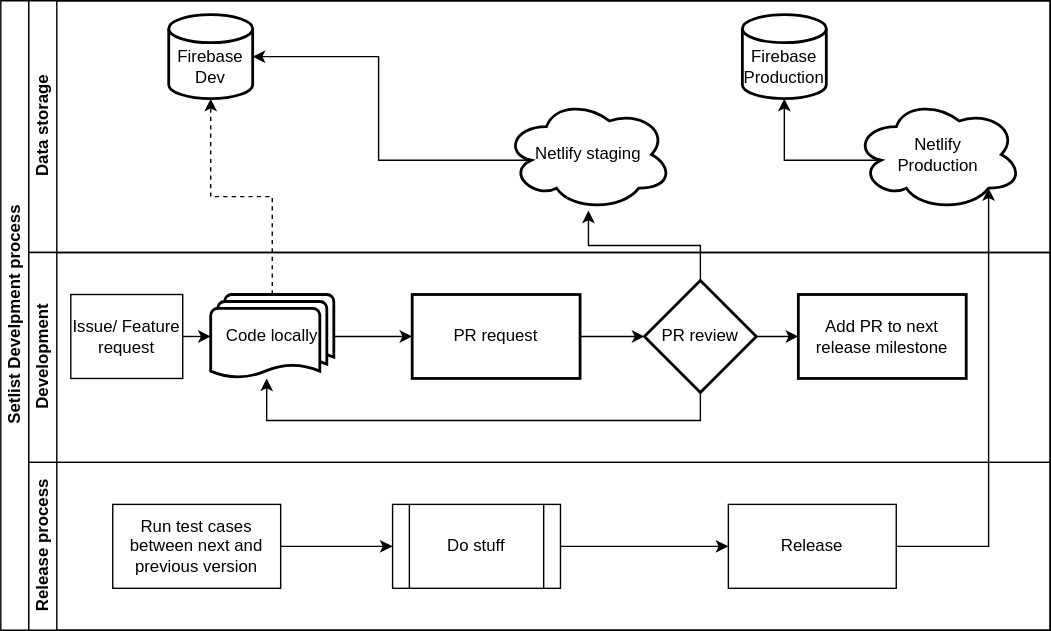
tskarhed/doremi.studio keeps this draw.io diagram as Setlist Architecture.svg. Above is the earlier version. Source tidied: cells renumbered, new cells last; positions are measured from the earlier drawing's top-left corner, leaving out a move shared by most shapes.
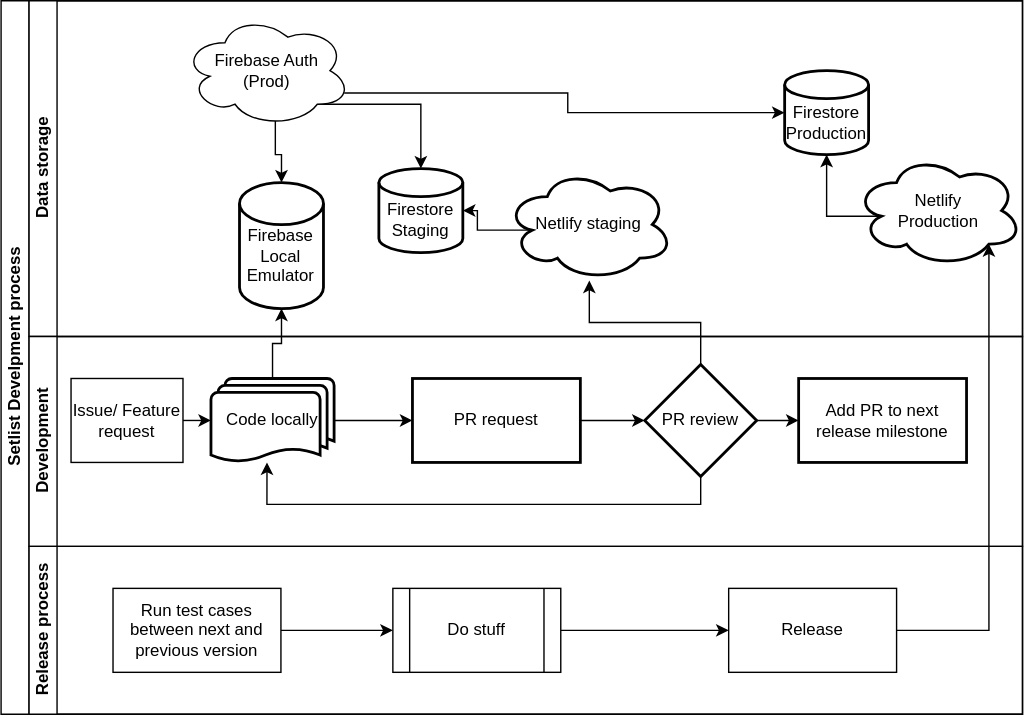
Above is the later version.

Change to the diagram source:
```diff
@@ -3,31 +3,48 @@
     <mxCell id="0" />
     <mxCell id="1" parent="0" />
     <mxCell id="2" value="Setlist Develpment process" style="swimlane;html=1;horizontal=0;startSize=20;" parent="1" vertex="1">
-      <mxGeometry width="750" height="450" as="geometry" />
+      <mxGeometry width="730" height="510" as="geometry" />
     </mxCell>
     <mxCell id="3" value="Data storage" style="swimlane;html=1;startSize=20;horizontal=0;" parent="2" vertex="1">
-      <mxGeometry x="20" width="730" height="180" as="geometry" />
+      <mxGeometry x="20" width="710" height="240" as="geometry" />
     </mxCell>
+    <mxCell id="30" style="edgeStyle=orthogonalEdgeStyle;rounded=0;jettySize=auto;html=1;exitX=0.96;exitY=0.7;exitDx=0;exitDy=0;exitPerimeter=0;entryX=0;entryY=0.5;entryDx=0;entryDy=0;entryPerimeter=0;" parent="3" edge="1" source="33" target="4">
+      <mxGeometry relative="1" as="geometry" />
+    </mxCell>
+    <mxCell id="31" style="edgeStyle=orthogonalEdgeStyle;rounded=0;jettySize=auto;html=1;exitX=0.8;exitY=0.8;exitDx=0;exitDy=0;exitPerimeter=0;entryX=0.5;entryY=0;entryDx=0;entryDy=0;entryPerimeter=0;" parent="3" edge="1" source="33" target="5">
+      <mxGeometry relative="1" as="geometry" />
+    </mxCell>
+    <mxCell id="32" style="edgeStyle=orthogonalEdgeStyle;rounded=0;jettySize=auto;html=1;exitX=0.55;exitY=0.95;exitDx=0;exitDy=0;exitPerimeter=0;entryX=0.5;entryY=0;entryDx=0;entryDy=0;entryPerimeter=0;" parent="3" edge="1" source="33" target="34">
+      <mxGeometry relative="1" as="geometry" />
+    </mxCell>
+    <mxCell id="33" value="Firebase Auth&lt;br&gt;(Prod)" style="ellipse;shape=cloud;whiteSpace=wrap;html=1;" parent="3" vertex="1">
+      <mxGeometry x="110" y="10" width="120" height="80" as="geometry" />
+    </mxCell>
-    <mxCell id="4" value="&lt;br&gt;Firebase&lt;br&gt;Production" style="strokeWidth=2;html=1;shape=mxgraph.flowchart.database;whiteSpace=wrap;" parent="3" vertex="1">
-      <mxGeometry x="510" y="10" width="60" height="60" as="geometry" />
+    <mxCell id="4" value="&lt;br&gt;Firestore&lt;br&gt;Production" style="strokeWidth=2;html=1;shape=mxgraph.flowchart.database;whiteSpace=wrap;" parent="3" vertex="1">
+      <mxGeometry x="540" y="50" width="60" height="60" as="geometry" />
     </mxCell>
+    <mxCell id="6" style="edgeStyle=orthogonalEdgeStyle;rounded=0;jettySize=auto;html=1;exitX=0.16;exitY=0.55;exitDx=0;exitDy=0;exitPerimeter=0;strokeColor=#000000;" parent="3" edge="1" source="7" target="5">
+      <mxGeometry relative="1" as="geometry" />
+    </mxCell>
+    <mxCell id="8" style="edgeStyle=orthogonalEdgeStyle;rounded=0;jettySize=auto;html=1;exitX=0.16;exitY=0.55;exitDx=0;exitDy=0;exitPerimeter=0;entryX=0.5;entryY=1;entryDx=0;entryDy=0;entryPerimeter=0;strokeColor=#000000;" parent="3" edge="1" target="4">
+      <mxGeometry relative="1" as="geometry">
+        <mxPoint x="609.6" y="154" as="sourcePoint" />
+      </mxGeometry>
+    </mxCell>
-    <mxCell id="5" value="&lt;br&gt;Firebase Dev" style="strokeWidth=2;html=1;shape=mxgraph.flowchart.database;whiteSpace=wrap;" parent="3" vertex="1">
-      <mxGeometry x="100" y="10" width="60" height="60" as="geometry" />
+    <mxCell id="5" value="&lt;br&gt;Firestore Staging" style="strokeWidth=2;html=1;shape=mxgraph.flowchart.database;whiteSpace=wrap;" parent="3" vertex="1">
+      <mxGeometry x="250" y="120" width="60" height="60" as="geometry" />
     </mxCell>
-    <mxCell id="6" style="edgeStyle=orthogonalEdgeStyle;rounded=0;jettySize=auto;html=1;exitX=0.16;exitY=0.55;exitDx=0;exitDy=0;exitPerimeter=0;strokeColor=#000000;" parent="3" edge="1" source="7" target="5">
-      <mxGeometry relative="1" as="geometry" />
-    </mxCell>
     <mxCell id="7" value="Netlify staging" style="ellipse;shape=cloud;whiteSpace=wrap;html=1;strokeWidth=2;" parent="3" vertex="1">
-      <mxGeometry x="340" y="70" width="120" height="80" as="geometry" />
+      <mxGeometry x="340.4" y="120" width="120" height="80" as="geometry" />
     </mxCell>
-    <mxCell id="8" style="edgeStyle=orthogonalEdgeStyle;rounded=0;jettySize=auto;html=1;exitX=0.16;exitY=0.55;exitDx=0;exitDy=0;exitPerimeter=0;entryX=0.5;entryY=1;entryDx=0;entryDy=0;entryPerimeter=0;strokeColor=#000000;" parent="3" edge="1" source="9" target="4">
-      <mxGeometry relative="1" as="geometry" />
-    </mxCell>
+    <mxCell id="34" value="&lt;br&gt;Firebase&lt;br&gt;Local Emulator" style="strokeWidth=2;html=1;shape=mxgraph.flowchart.database;whiteSpace=wrap;" parent="3" vertex="1">
+      <mxGeometry x="150.4" y="130" width="60" height="90" as="geometry" />
+    </mxCell>
     <mxCell id="9" value="Netlify&lt;br&gt;Production" style="ellipse;shape=cloud;whiteSpace=wrap;html=1;strokeWidth=2;" parent="3" vertex="1">
-      <mxGeometry x="590" y="70" width="120" height="80" as="geometry" />
+      <mxGeometry x="590" y="110" width="120" height="80" as="geometry" />
     </mxCell>
     <mxCell id="10" value="Development" style="swimlane;html=1;startSize=20;horizontal=0;" parent="2" vertex="1">
-      <mxGeometry x="20" y="180" width="730" height="150" as="geometry" />
+      <mxGeometry x="20" y="240" width="710" height="150" as="geometry" />
     </mxCell>
     <mxCell id="11" style="edgeStyle=orthogonalEdgeStyle;rounded=0;jettySize=auto;html=1;exitX=1;exitY=0.5;exitDx=0;exitDy=0;entryX=0;entryY=0.5;entryDx=0;entryDy=0;entryPerimeter=0;strokeColor=#000000;" parent="10" edge="1" source="12" target="13">
       <mxGeometry relative="1" as="geometry" />
@@ -60,7 +77,7 @@
       <mxGeometry x="550" y="30" width="120" height="60" as="geometry" />
     </mxCell>
     <mxCell id="21" value="Release process" style="swimlane;html=1;startSize=20;horizontal=0;" parent="2" vertex="1">
-      <mxGeometry x="20" y="330" width="730" height="120" as="geometry" />
+      <mxGeometry x="20" y="390" width="710" height="120" as="geometry" />
     </mxCell>
     <mxCell id="22" style="edgeStyle=orthogonalEdgeStyle;rounded=0;jettySize=auto;html=1;exitX=1;exitY=0.5;exitDx=0;exitDy=0;entryX=0;entryY=0.5;entryDx=0;entryDy=0;strokeColor=#000000;" parent="21" edge="1" source="23" target="25">
       <mxGeometry relative="1" as="geometry" />
@@ -77,14 +94,14 @@
     <mxCell id="26" value="Release" style="rounded=0;whiteSpace=wrap;html=1;" parent="21" vertex="1">
       <mxGeometry x="500" y="30" width="120" height="60" as="geometry" />
     </mxCell>
-    <mxCell id="27" style="edgeStyle=orthogonalEdgeStyle;rounded=0;jettySize=auto;html=1;exitX=0.5;exitY=0;exitDx=0;exitDy=0;exitPerimeter=0;entryX=0.5;entryY=1;entryDx=0;entryDy=0;entryPerimeter=0;dashed=1;" parent="2" edge="1" source="13" target="5">
-      <mxGeometry relative="1" as="geometry" />
-    </mxCell>
     <mxCell id="28" style="edgeStyle=orthogonalEdgeStyle;rounded=0;jettySize=auto;html=1;strokeColor=#000000;" parent="2" edge="1" source="18" target="7">
       <mxGeometry relative="1" as="geometry" />
     </mxCell>
     <mxCell id="29" style="edgeStyle=orthogonalEdgeStyle;rounded=0;jettySize=auto;html=1;exitX=1;exitY=0.5;exitDx=0;exitDy=0;entryX=0.8;entryY=0.8;entryDx=0;entryDy=0;entryPerimeter=0;strokeColor=#000000;" parent="2" edge="1" source="26" target="9">
       <mxGeometry relative="1" as="geometry" />
     </mxCell>
+    <mxCell id="35" style="edgeStyle=orthogonalEdgeStyle;rounded=0;jettySize=auto;html=1;exitX=0.5;exitY=0;exitDx=0;exitDy=0;exitPerimeter=0;entryX=0.5;entryY=1;entryDx=0;entryDy=0;entryPerimeter=0;" parent="2" edge="1" source="13" target="34">
+      <mxGeometry relative="1" as="geometry" />
+    </mxCell>
   </root>
 </mxGraphModel>
```
